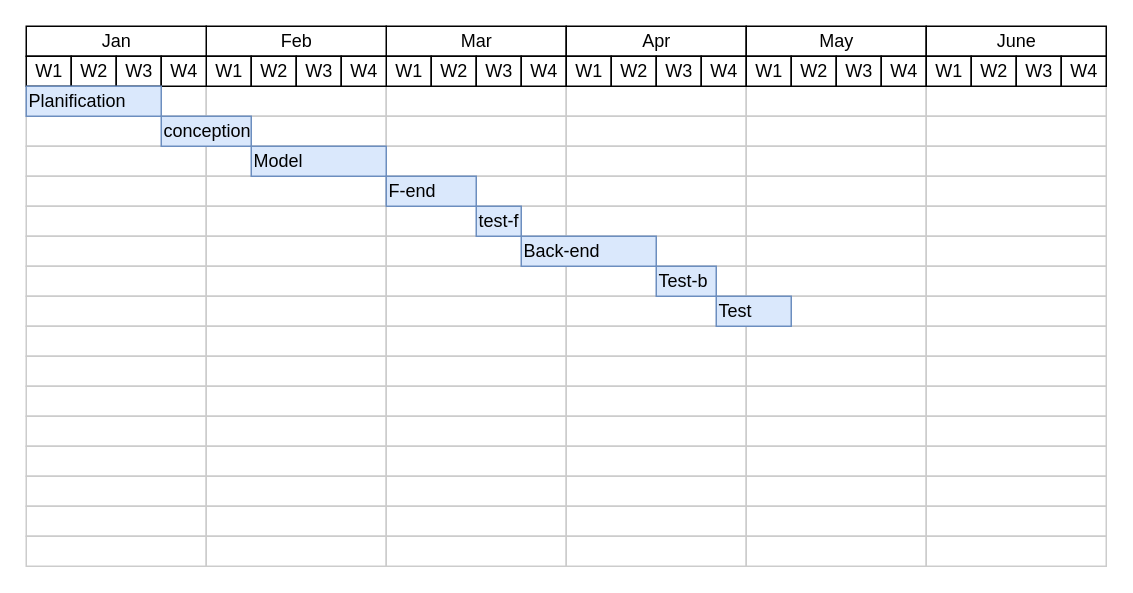
Before: Digram de Classe/f.drawio in mohamedimem/event-, a draw.io diagram. Source tidied: cells renumbered, new cells numbered last; positions are measured from the earlier drawing's top-left corner, leaving out a move shared by most shapes. Both pictures are drawn from the tidied source at 150%, with x=0, y=0 at pixel (26, 26).
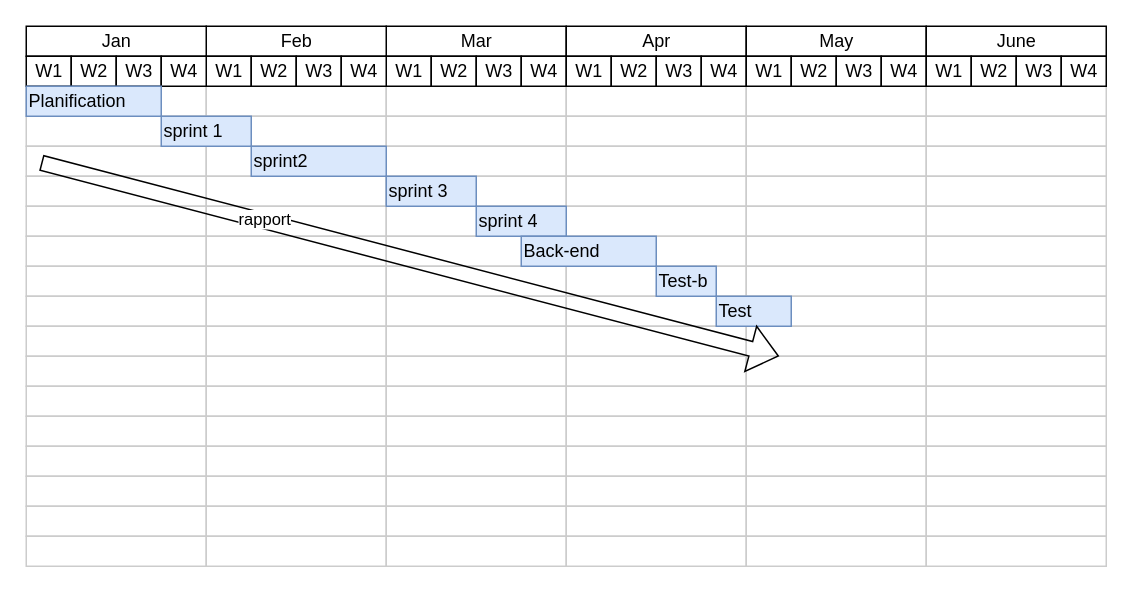
After the change.

Commit message:
Mettre à jour f.drawio

The change refers to these unchanged cells:
```xml
<mxCell id="10" style="align=left;strokeColor=#CCCCCC;html=1;" parent="1" vertex="1">
  <mxGeometry y="80" width="120" height="20" as="geometry" />
</mxCell>
<mxCell id="81" style="align=left;strokeColor=#CCCCCC;html=1;" parent="1" vertex="1">
  <mxGeometry x="480" y="220" width="120" height="20" as="geometry" />
</mxCell>
```

The edit, as a diff of the source:
```diff
@@
-    <mxCell id="129" value="conception" style="align=left;strokeColor=#6c8ebf;html=1;fillColor=#dae8fc;" parent="1" vertex="1">
+    <mxCell id="129" value="sprint 1" style="align=left;strokeColor=#6c8ebf;html=1;fillColor=#dae8fc;" parent="1" vertex="1">
       <mxGeometry x="90" y="60" width="60" height="20" as="geometry" />
     </mxCell>
-    <mxCell id="130" value="Model" style="align=left;strokeColor=#6c8ebf;html=1;fillColor=#dae8fc;" parent="1" vertex="1">
+    <mxCell id="130" value="sprint2" style="align=left;strokeColor=#6c8ebf;html=1;fillColor=#dae8fc;" parent="1" vertex="1">
       <mxGeometry x="150" y="80" width="90" height="20" as="geometry" />
     </mxCell>
-    <mxCell id="131" value="F-end" style="align=left;strokeColor=#6c8ebf;html=1;fillColor=#dae8fc;" parent="1" vertex="1">
+    <mxCell id="131" value="sprint 3" style="align=left;strokeColor=#6c8ebf;html=1;fillColor=#dae8fc;" parent="1" vertex="1">
       <mxGeometry x="240" y="100" width="60" height="20" as="geometry" />
     </mxCell>
-    <mxCell id="132" value="test-f" style="align=left;strokeColor=#6c8ebf;html=1;fillColor=#dae8fc;" parent="1" vertex="1">
-      <mxGeometry x="300" y="120" width="30" height="20" as="geometry" />
+    <mxCell id="132" value="sprint 4" style="align=left;strokeColor=#6c8ebf;html=1;fillColor=#dae8fc;" parent="1" vertex="1">
+      <mxGeometry x="300" y="120" width="60" height="20" as="geometry" />
     </mxCell>
@@
+    <mxCell id="136" style="shape=flexArrow;endArrow=classic;html=1;rounded=0;exitX=0.083;exitY=0.55;exitDx=0;exitDy=0;exitPerimeter=0;" parent="1" edge="1" source="10" target="81">
+      <mxGeometry relative="1" as="geometry" />
+    </mxCell>
+    <mxCell id="137" value="rapport" style="edgeLabel;html=1;align=center;verticalAlign=middle;" parent="136" vertex="1">
+      <mxGeometry x="-0.4" y="1" relative="1" as="geometry" />
+    </mxCell>
```
